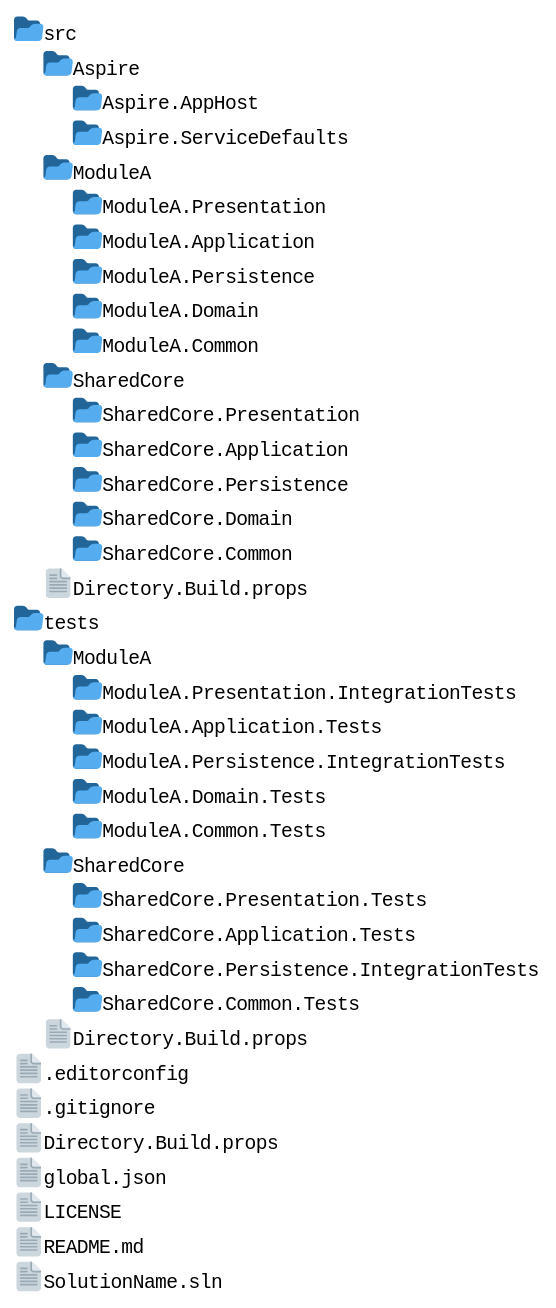
p-martinho/Modular.Api.Template keeps this PlantUML diagram as docs/FoldersStructure.svg. Above is the earlier version.
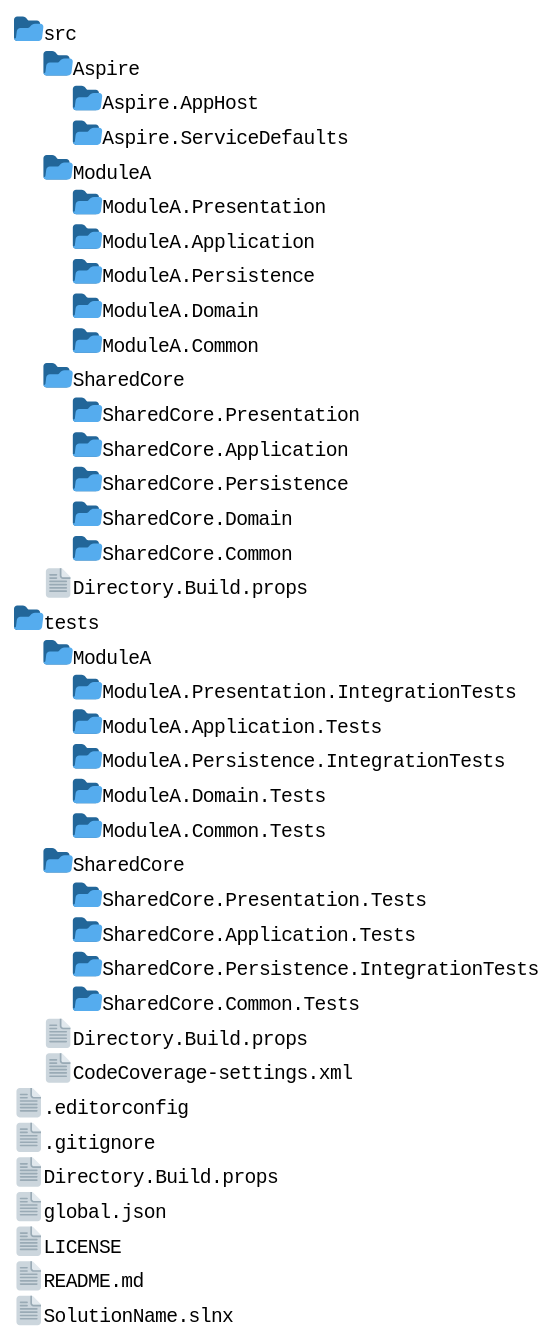
Later version of the same file.

Diff of the diagram source:
```diff
@@ -23,12 +23,13 @@
 /tests/SharedCore/SharedCore.Persistence.IntegrationTests/
 /tests/SharedCore/SharedCore.Common.Tests/
 /tests/Directory.Build.props
+/tests/CodeCoverage-settings.xml
 /.editorconfig
 /.gitignore
 /Directory.Build.props
 /global.json
 /LICENSE
 /README.md
-/SolutionName.sln
+/SolutionName.slnx
 
 @endfiles
```
